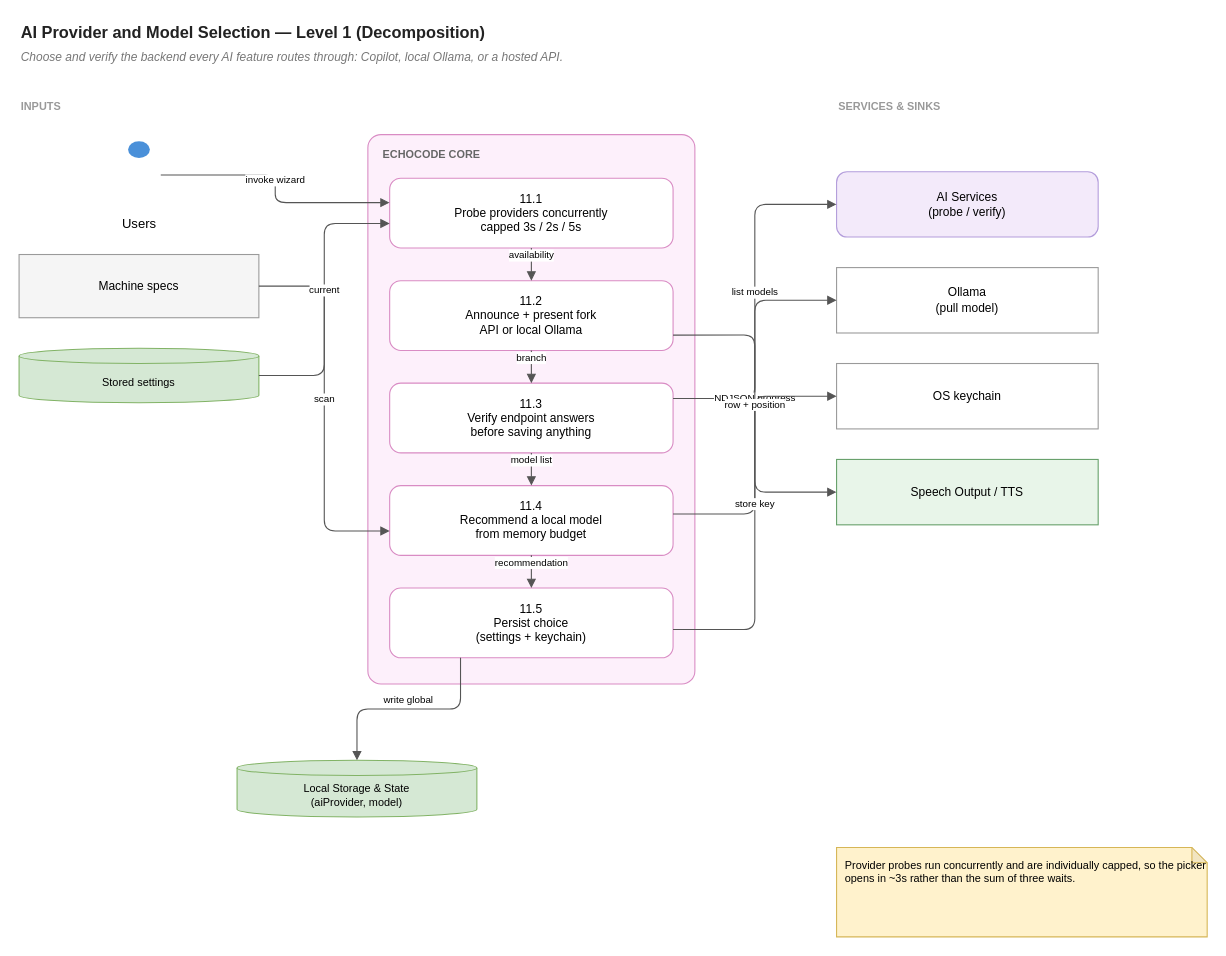
Above: page "Level 1 — Decomposition" (2 of 2) of wiki/diagrams/11-ai-provider-selection.drawio in hpcclab/EchoCode (draw.io), before the change. Source tidied: cells renumbered, new cells numbered last; positions are measured from the earlier drawing's top-left corner, leaving out a move shared by most shapes. Both pictures are drawn from the tidied source at 109%, with x=0, y=0 at pixel (19, 19).
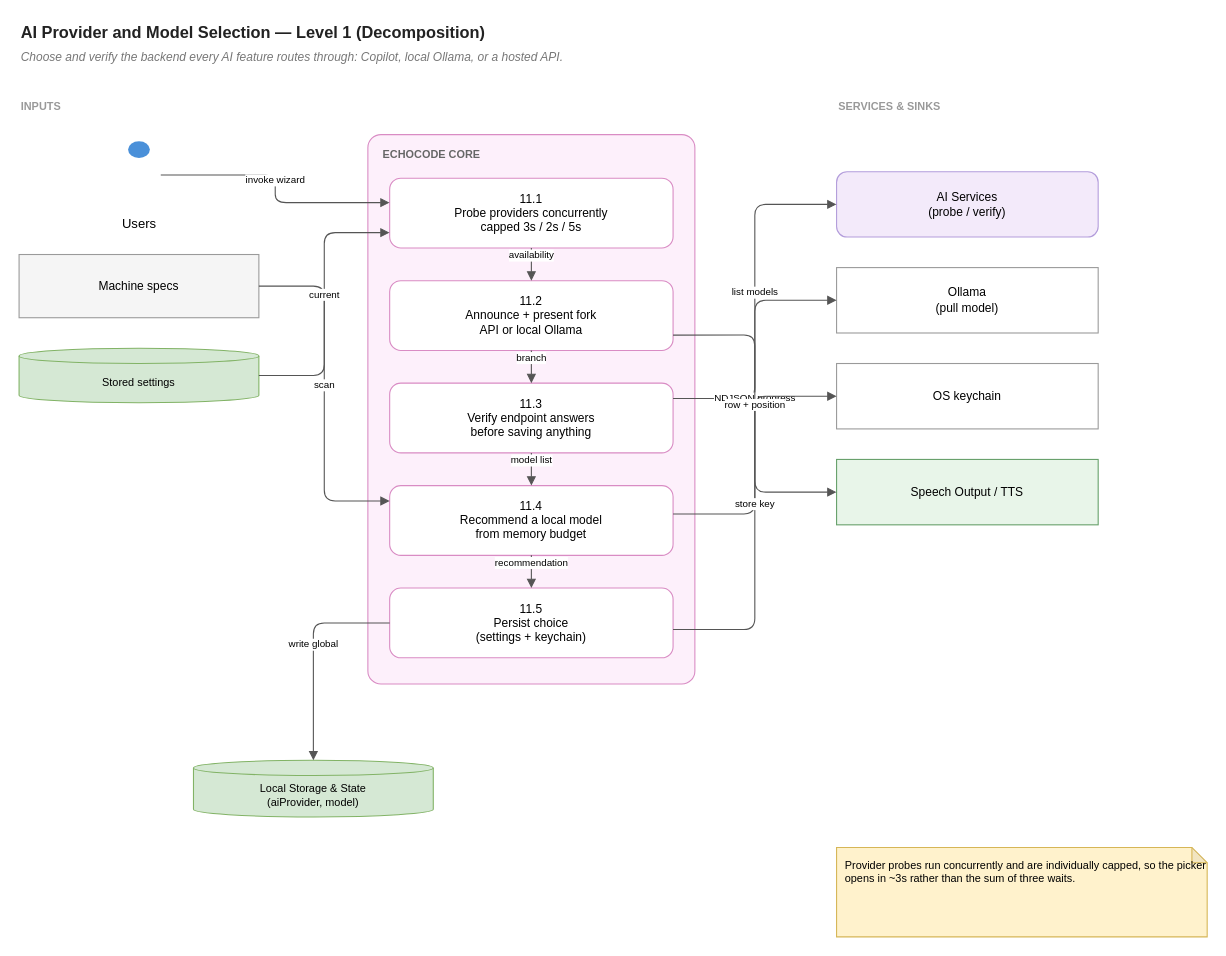
The same diagram, later.

Unchanged cells that the change refers to:
```xml
<mxCell id="7" value="11.1&#10;Probe providers concurrently&#10;capped 3s / 2s / 5s" style="rounded=1;whiteSpace=wrap;html=1;fillColor=#ffffff;strokeColor=#d98cc4;fontSize=11;arcSize=16;" parent="6" vertex="1">
  <mxGeometry x="20" y="40" width="260" height="64" as="geometry" />
</mxCell>
<mxCell id="10" value="11.4&#10;Recommend a local model&#10;from memory budget" style="rounded=1;whiteSpace=wrap;html=1;fillColor=#ffffff;strokeColor=#d98cc4;fontSize=11;arcSize=16;" parent="6" vertex="1">
  <mxGeometry x="20" y="322" width="260" height="64" as="geometry" />
</mxCell>
<mxCell id="11" value="11.5&#10;Persist choice&#10;(settings + keychain)" style="rounded=1;whiteSpace=wrap;html=1;fillColor=#ffffff;strokeColor=#d98cc4;fontSize=11;arcSize=16;" parent="6" vertex="1">
  <mxGeometry x="20" y="416" width="260" height="64" as="geometry" />
</mxCell>
<mxCell id="13" value="Machine specs" style="rounded=0;whiteSpace=wrap;html=1;fillColor=#f5f5f5;strokeColor=#9a9a9a;fontSize=11;" parent="1" vertex="1">
  <mxGeometry y="216" width="220" height="58" as="geometry" />
</mxCell>
<mxCell id="14" value="Stored settings" style="shape=cylinder3;boundedLbl=1;backgroundOutline=1;size=7;whiteSpace=wrap;html=1;fillColor=#d5e8d4;strokeColor=#82b366;fontSize=10;" parent="1" vertex="1">
  <mxGeometry y="302" width="220" height="50" as="geometry" />
</mxCell>
```

Diff of the diagram source:
```diff
@@
     <mxCell id="19" value="Local Storage &amp; State&#10;(aiProvider, model)" style="shape=cylinder3;boundedLbl=1;backgroundOutline=1;size=7;whiteSpace=wrap;html=1;fillColor=#d5e8d4;strokeColor=#82b366;fontSize=10;" parent="1" vertex="1">
-      <mxGeometry x="200" y="680" width="220" height="52" as="geometry" />
+      <mxGeometry x="160" y="680" width="220" height="52" as="geometry" />
     </mxCell>
@@
-    <mxCell id="21" value="scan" style="edgeStyle=orthogonalEdgeStyle;rounded=1;html=1;endArrow=block;endFill=1;jettySize=auto;jumpStyle=arc;jumpSize=6;fontSize=9;labelBackgroundColor=#ffffff;verticalAlign=bottom;strokeColor=#555555;exitX=1;exitY=0.5;exitDx=0;exitDy=0;entryX=0;entryY=0.65;entryDx=0;entryDy=0;" parent="1" edge="1" source="13" target="10">
+    <mxCell id="21" value="scan" style="edgeStyle=orthogonalEdgeStyle;rounded=1;html=1;endArrow=block;endFill=1;jettySize=auto;jumpStyle=arc;jumpSize=6;fontSize=9;labelBackgroundColor=#ffffff;verticalAlign=bottom;strokeColor=#555555;exitX=1;exitY=0.5;exitDx=0;exitDy=0;entryX=0;entryY=0.22;entryDx=0;entryDy=0;" parent="1" edge="1" source="13" target="10">
       <mxGeometry relative="1" as="geometry" />
     </mxCell>
-    <mxCell id="22" value="current" style="edgeStyle=orthogonalEdgeStyle;rounded=1;html=1;endArrow=block;endFill=1;jettySize=auto;jumpStyle=arc;jumpSize=6;fontSize=9;labelBackgroundColor=#ffffff;verticalAlign=bottom;strokeColor=#555555;exitX=1;exitY=0.5;exitDx=0;exitDy=0;entryX=0;entryY=0.65;entryDx=0;entryDy=0;" parent="1" edge="1" source="14" target="7">
+    <mxCell id="22" value="current" style="edgeStyle=orthogonalEdgeStyle;rounded=1;html=1;endArrow=block;endFill=1;jettySize=auto;jumpStyle=arc;jumpSize=6;fontSize=9;labelBackgroundColor=#ffffff;verticalAlign=bottom;strokeColor=#555555;exitX=1;exitY=0.5;exitDx=0;exitDy=0;entryX=0;entryY=0.78;entryDx=0;entryDy=0;" parent="1" edge="1" source="14" target="7">
       <mxGeometry relative="1" as="geometry" />
     </mxCell>
@@
-    <mxCell id="31" value="write global" style="edgeStyle=orthogonalEdgeStyle;rounded=1;html=1;endArrow=block;endFill=1;jettySize=auto;jumpStyle=arc;jumpSize=6;fontSize=9;labelBackgroundColor=#ffffff;verticalAlign=bottom;strokeColor=#555555;exitX=0.25;exitY=1;exitDx=0;exitDy=0;entryX=0.5;entryY=0;entryDx=0;entryDy=0;" parent="1" edge="1" source="11" target="19">
+    <mxCell id="31" value="write global" style="edgeStyle=orthogonalEdgeStyle;rounded=1;html=1;endArrow=block;endFill=1;jettySize=auto;jumpStyle=arc;jumpSize=6;fontSize=9;labelBackgroundColor=#ffffff;verticalAlign=bottom;strokeColor=#555555;exitX=0;exitY=0.5;exitDx=0;exitDy=0;entryX=0.5;entryY=0;entryDx=0;entryDy=0;" parent="1" edge="1" source="11" target="19">
       <mxGeometry relative="1" as="geometry" />
     </mxCell>
```
